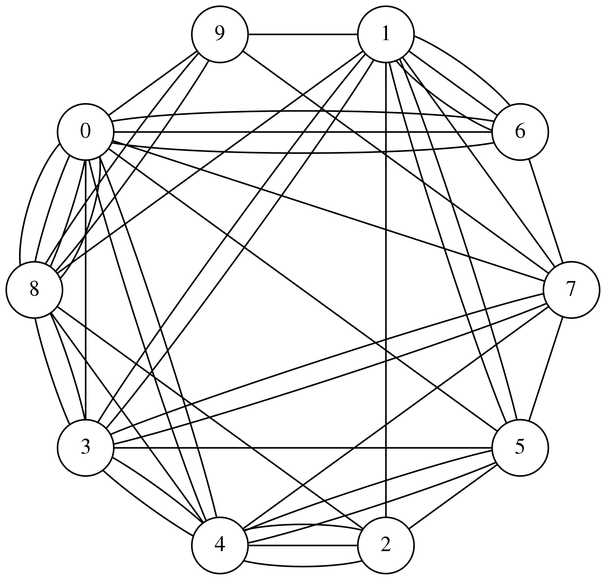
This is graphs-networks/c-networks/graphviz/list_graph.png from mickey-is-codin/data-structures, a Graphviz export, as it was before one commit. Its source is kept beside it as graphs-networks/c-networks/graphviz/list_graph.dot.
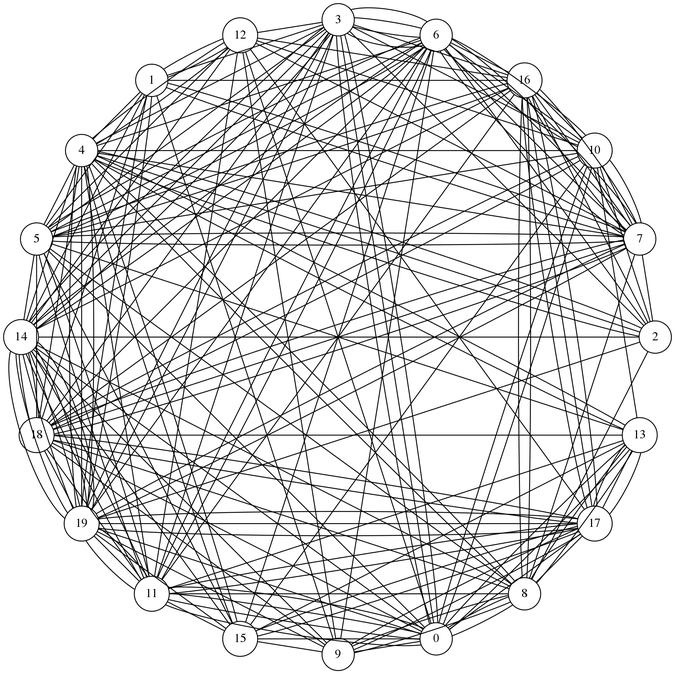
After the change.

Change to the diagram source:
```diff
@@ -4,49 +4,194 @@
 	size="6,6";
 	rankdir="LR";
 
-	"0" -- "5"
+	"0" -- "11"
+	"0" -- "14"
+	"0" -- "12"
+	"0" -- "13"
+	"0" -- "11"
+	"0" -- "3"
 	"0" -- "8"
-	"0" -- "8"
-	"0" -- "6"
-	"0" -- "4"
-	"0" -- "8"
-	"1" -- "6"
+	"0" -- "13"
+	"0" -- "11"
+	"0" -- "3"
+	"0" -- "19"
 	"1" -- "5"
-	"1" -- "2"
+	"1" -- "12"
+	"1" -- "18"
+	"1" -- "4"
+	"1" -- "14"
+	"1" -- "7"
+	"2" -- "16"
+	"2" -- "6"
+	"2" -- "3"
 	"2" -- "4"
-	"2" -- "8"
+	"2" -- "10"
+	"2" -- "14"
 	"2" -- "4"
 	"3" -- "0"
+	"3" -- "16"
 	"3" -- "1"
-	"3" -- "5"
-	"3" -- "1"
-	"3" -- "7"
-	"4" -- "5"
+	"3" -- "19"
+	"3" -- "6"
+	"3" -- "10"
+	"4" -- "2"
+	"4" -- "12"
+	"4" -- "8"
+	"4" -- "6"
+	"4" -- "13"
+	"4" -- "11"
+	"4" -- "10"
+	"4" -- "15"
+	"4" -- "13"
 	"4" -- "3"
-	"4" -- "0"
-	"4" -- "3"
-	"4" -- "2"
-	"5" -- "2"
-	"5" -- "1"
+	"4" -- "14"
+	"4" -- "15"
+	"5" -- "18"
+	"5" -- "16"
+	"5" -- "11"
+	"5" -- "14"
+	"5" -- "3"
+	"5" -- "7"
+	"5" -- "6"
+	"5" -- "10"
+	"5" -- "0"
+	"5" -- "6"
+	"5" -- "13"
 	"5" -- "4"
-	"6" -- "0"
-	"6" -- "1"
+	"5" -- "6"
+	"6" -- "10"
+	"6" -- "11"
+	"6" -- "14"
+	"6" -- "3"
+	"6" -- "10"
 	"6" -- "7"
-	"6" -- "1"
-	"6" -- "0"
-	"7" -- "9"
-	"7" -- "3"
-	"7" -- "0"
+	"6" -- "3"
+	"6" -- "11"
+	"6" -- "7"
+	"6" -- "3"
+	"6" -- "19"
+	"6" -- "15"
+	"7" -- "8"
+	"7" -- "1"
+	"7" -- "5"
+	"7" -- "10"
+	"7" -- "2"
+	"7" -- "16"
+	"7" -- "6"
+	"7" -- "6"
+	"7" -- "18"
+	"7" -- "16"
 	"7" -- "4"
-	"7" -- "5"
-	"7" -- "1"
-	"8" -- "1"
-	"8" -- "4"
-	"8" -- "3"
-	"8" -- "3"
+	"7" -- "12"
+	"7" -- "10"
+	"7" -- "16"
+	"8" -- "14"
+	"8" -- "9"
+	"8" -- "11"
 	"8" -- "9"
 	"8" -- "0"
-	"9" -- "8"
+	"8" -- "4"
+	"8" -- "5"
+	"8" -- "2"
+	"8" -- "13"
+	"9" -- "6"
+	"9" -- "17"
+	"9" -- "12"
+	"9" -- "19"
+	"9" -- "17"
+	"9" -- "14"
+	"9" -- "0"
 	"9" -- "1"
-	"9" -- "0"
+	"9" -- "18"
+	"10" -- "0"
+	"10" -- "15"
+	"10" -- "16"
+	"10" -- "0"
+	"10" -- "7"
+	"10" -- "6"
+	"11" -- "0"
+	"11" -- "18"
+	"11" -- "3"
+	"11" -- "5"
+	"11" -- "19"
+	"11" -- "12"
+	"11" -- "15"
+	"11" -- "16"
+	"12" -- "5"
+	"12" -- "3"
+	"12" -- "10"
+	"12" -- "4"
+	"12" -- "1"
+	"12" -- "14"
+	"13" -- "17"
+	"13" -- "18"
+	"13" -- "15"
+	"13" -- "10"
+	"13" -- "11"
+	"13" -- "8"
+	"14" -- "11"
+	"14" -- "3"
+	"14" -- "11"
+	"14" -- "15"
+	"14" -- "6"
+	"14" -- "3"
+	"14" -- "19"
+	"14" -- "18"
+	"14" -- "18"
+	"14" -- "3"
+	"15" -- "9"
+	"15" -- "17"
+	"15" -- "5"
+	"15" -- "0"
+	"15" -- "19"
+	"16" -- "5"
+	"16" -- "14"
+	"16" -- "8"
+	"16" -- "12"
+	"16" -- "6"
+	"16" -- "8"
+	"16" -- "18"
+	"16" -- "1"
+	"17" -- "13"
+	"17" -- "8"
+	"17" -- "0"
+	"17" -- "16"
+	"17" -- "11"
+	"17" -- "11"
+	"17" -- "16"
+	"17" -- "15"
+	"17" -- "12"
+	"17" -- "18"
+	"17" -- "16"
+	"17" -- "13"
+	"18" -- "10"
+	"18" -- "10"
+	"18" -- "17"
+	"18" -- "4"
+	"18" -- "7"
+	"18" -- "6"
+	"18" -- "7"
+	"18" -- "0"
+	"18" -- "3"
+	"18" -- "8"
+	"18" -- "19"
+	"19" -- "14"
+	"19" -- "4"
+	"19" -- "7"
+	"19" -- "17"
+	"19" -- "14"
+	"19" -- "17"
+	"19" -- "3"
+	"19" -- "4"
+	"19" -- "7"
+	"19" -- "2"
+	"19" -- "1"
+	"19" -- "1"
+	"19" -- "14"
+	"19" -- "4"
+	"19" -- "14"
+	"19" -- "17"
+	"19" -- "11"
+	"19" -- "11"
+	"19" -- "14"
 }
```
